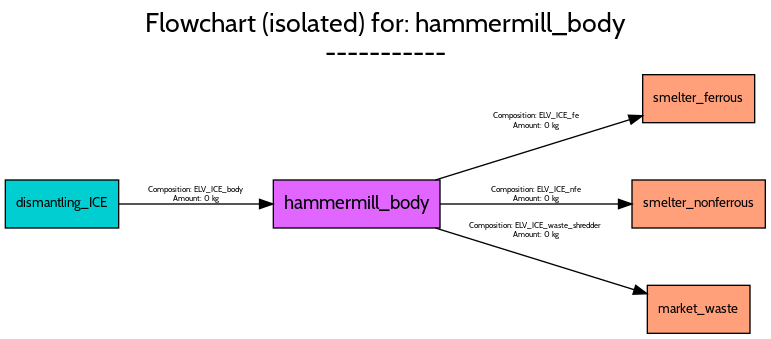
Before: src/examples/ELV/figures/flowcharts/processes/png/hammermill_body.png, a diagram exported from Graphviz (FutuRaM-Project/Recovery-Model). Its source is kept beside it as src/examples/ELV/figures/flowcharts/processes/dot/hammermill_body.dot. Source of this version:
```dot
digraph {
	graph [bb="0,0,570,246",
		font=Cabin,
		fontname=Cabin,
		fontsize=20,
		label="Flowchart (isolated) for: hammermill_body
-----------",
		labeljust=c,
		labelloc=tc,
		lheight=0.61,
		lp="285,220",
		lwidth=5.01,
		nodesep=0.6,
		rankdir=LR,
		ranksep=0.6
	];
	node [label="\N"];
	hammermill_body	[fillcolor=mediumorchid1,
		fontname=Cabin,
		fontsize=14,
		height=0.5,
		pos="263.5,97",
		shape=box,
		style=filled,
		width=1.7361];
	smelter_ferrous	[fillcolor=lightsalmon1,
		fontname=Cabin,
		fontsize=10,
		height=0.5,
		pos="520,176",
		shape=box,
		style=filled,
		width=1.1667];
	hammermill_body -> smelter_ferrous	[color=black,
		fontname=Cabin,
		fontsize=6,
		label="Composition: ELV_ICE_fe
Amount: 0 kg",
		lp="398,159",
		pos="e,477.83,163.22 322.57,115.03 366.44,128.64 426.07,147.15 468.08,160.19"];
	smelter_nonferrous	[fillcolor=lightsalmon1,
		fontname=Cabin,
		fontsize=10,
		height=0.5,
		pos="520,97",
		shape=box,
		style=filled,
		width=1.3889];
	hammermill_body -> smelter_nonferrous	[color=black,
		fontname=Cabin,
		fontsize=6,
		label="Composition: ELV_ICE_nfe
Amount: 0 kg",
		lp="398,104",
		pos="e,469.87,97 326.11,97 366.71,97 419.58,97 459.7,97"];
	market_waste	[fillcolor=lightsalmon1,
		fontname=Cabin,
		fontsize=10,
		height=0.5,
		pos="520,18",
		shape=box,
		style=filled,
		width=1.0694];
	hammermill_body -> market_waste	[color=black,
		fontname=Cabin,
		fontsize=6,
		label="Composition: ELV_ICE_waste_shredder
Amount: 0 kg",
		lp="398,77",
		pos="e,481.3,29.704 322.57,78.975 367.66,64.978 429.4,45.812 471.55,32.728"];
	dismantling_ICE	[fillcolor=darkturquoise,
		fontname=Cabin,
		fontsize=10,
		height=0.5,
		pos="42.5,97",
		shape=box,
		style=filled,
		width=1.1806];
	dismantling_ICE -> hammermill_body	[color=black,
		fontname=Cabin,
		fontsize=6,
		label="Composition: ELV_ICE_body
Amount: 0 kg",
		lp="143,104",
		pos="e,200.65,97 85.208,97 114.91,97 155.6,97 190.5,97"];
}
```
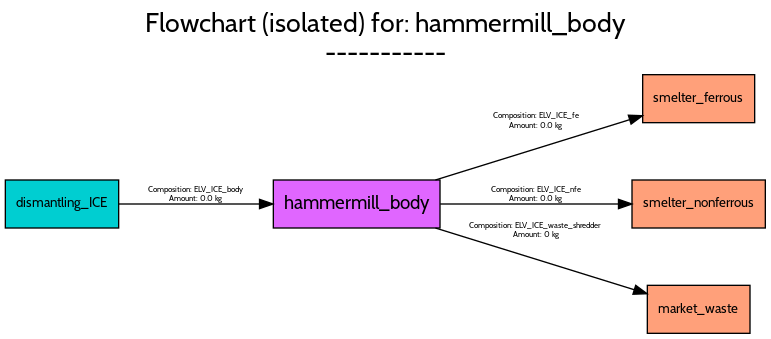
After the commit.

Change to the diagram source:
```diff
@@ -35,7 +35,7 @@
 		fontname=Cabin,
 		fontsize=6,
 		label="Composition: ELV_ICE_fe
-Amount: 0 kg",
+Amount: 0.0 kg",
 		lp="398,159",
 		pos="e,477.83,163.22 322.57,115.03 366.44,128.64 426.07,147.15 468.08,160.19"];
 	smelter_nonferrous	[fillcolor=lightsalmon1,
@@ -50,7 +50,7 @@
 		fontname=Cabin,
 		fontsize=6,
 		label="Composition: ELV_ICE_nfe
-Amount: 0 kg",
+Amount: 0.0 kg",
 		lp="398,104",
 		pos="e,469.87,97 326.11,97 366.71,97 419.58,97 459.7,97"];
 	market_waste	[fillcolor=lightsalmon1,
@@ -80,7 +80,7 @@
 		fontname=Cabin,
 		fontsize=6,
 		label="Composition: ELV_ICE_body
-Amount: 0 kg",
+Amount: 0.0 kg",
 		lp="143,104",
 		pos="e,200.65,97 85.208,97 114.91,97 155.6,97 190.5,97"];
 }
```
